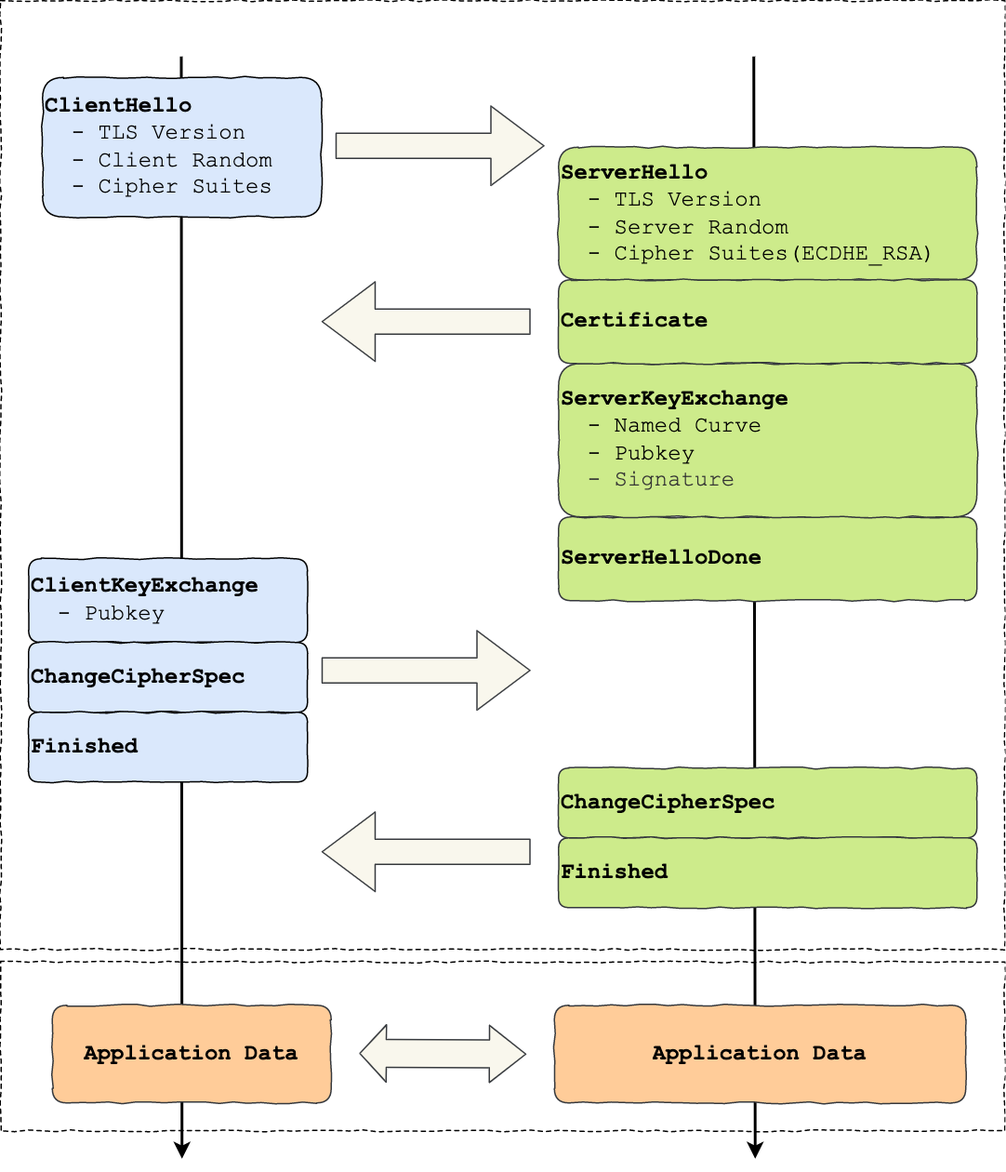
xiaolincoder/ImageHost4 keeps this draw.io diagram as 网络/https/tls握手.drawio.png. Above is the earlier version. Source tidied: cells renumbered, new cells last; positions are measured from the earlier drawing's top-left corner, leaving out a move shared by most shapes. Source of this version:
```xml
<mxGraphModel>
  <root>
    <mxCell id="0" />
    <mxCell id="1" parent="0" />
    <mxCell id="2" style="rounded=0;whiteSpace=wrap;html=1;shadow=0;comic=1;sketch=0;fontFamily=Courier New;fontSize=16;align=left;dashed=1;" parent="1" vertex="1">
      <mxGeometry y="689" width="720" height="121" as="geometry" />
    </mxCell>
    <mxCell id="3" style="rounded=0;whiteSpace=wrap;html=1;shadow=0;comic=1;sketch=0;fontFamily=Courier New;fontSize=16;align=left;dashed=1;" parent="1" vertex="1">
      <mxGeometry width="720" height="680" as="geometry" />
    </mxCell>
    <mxCell id="4" style="endArrow=classic;html=1;fontFamily=Courier New;fontSize=16;fontColor=#000000;strokeWidth=2;" parent="1" edge="1">
      <mxGeometry relative="1" as="geometry">
        <mxPoint x="540" y="40" as="sourcePoint" />
        <mxPoint x="541" y="830" as="targetPoint" />
      </mxGeometry>
    </mxCell>
    <mxCell id="5" style="endArrow=classic;html=1;fontFamily=Courier New;fontSize=16;fontColor=#000000;strokeWidth=2;" parent="1" edge="1">
      <mxGeometry relative="1" as="geometry">
        <mxPoint x="129.5" y="40" as="sourcePoint" />
        <mxPoint x="130" y="830" as="targetPoint" />
      </mxGeometry>
    </mxCell>
    <mxCell id="6" value="&lt;div style=&quot;overflow: auto ; margin-top: 0px ; margin-bottom: 0px ; font-size: 16px&quot; class=&quot;newpage&quot;&gt;&lt;font style=&quot;font-size: 16px&quot;&gt;&lt;b&gt;ClientHello&lt;/b&gt;&lt;/font&gt;&lt;/div&gt;&lt;div style=&quot;overflow: auto ; margin-top: 0px ; margin-bottom: 0px ; font-size: 16px&quot; class=&quot;newpage&quot;&gt;&lt;font&gt;&amp;nbsp; - TLS Version&lt;/font&gt;&lt;/div&gt;&lt;div style=&quot;overflow: auto ; margin-top: 0px ; margin-bottom: 0px ; font-size: 16px&quot; class=&quot;newpage&quot;&gt;&lt;font&gt;&amp;nbsp; - Client Random&lt;/font&gt;&lt;/div&gt;&lt;div style=&quot;overflow: auto ; margin-top: 0px ; margin-bottom: 0px ; font-size: 16px&quot; class=&quot;newpage&quot;&gt;&lt;font&gt;&amp;nbsp; - Cipher Suites&lt;/font&gt;&lt;/div&gt;&lt;div style=&quot;overflow: auto ; margin-top: 0px ; margin-bottom: 0px ; font-size: 16px&quot; class=&quot;newpage&quot;&gt;&lt;font style=&quot;font-size: 16px&quot;&gt;&lt;/font&gt;&lt;/div&gt;" style="rounded=1;whiteSpace=wrap;html=1;sketch=0;shadow=0;comic=1;fontFamily=Courier New;labelBackgroundColor=none;fillColor=#dae8fc;fontSize=16;align=left;" parent="1" vertex="1">
      <mxGeometry x="30" y="55" width="200" height="100" as="geometry" />
    </mxCell>
    <mxCell id="7" value="&lt;div style=&quot;overflow: auto ; margin-top: 0px ; margin-bottom: 0px&quot; class=&quot;newpage&quot;&gt;ServerHelloDone&amp;nbsp;&lt;br&gt;&lt;/div&gt;" style="rounded=1;whiteSpace=wrap;html=1;sketch=0;shadow=0;comic=1;fontFamily=Courier New;labelBackgroundColor=none;fillColor=#cdeb8b;fontSize=16;align=left;fontStyle=1;strokeColor=#36393d;" parent="1" vertex="1">
      <mxGeometry x="400" y="370" width="300" height="60" as="geometry" />
    </mxCell>
    <mxCell id="8" value="&lt;div style=&quot;overflow: auto ; margin-top: 0px ; margin-bottom: 0px ; font-size: 16px&quot; class=&quot;newpage&quot;&gt;&lt;div style=&quot;overflow: auto ; margin-top: 0px ; margin-bottom: 0px&quot; class=&quot;newpage&quot;&gt;Application Data &lt;/div&gt;&lt;/div&gt;" style="rounded=1;whiteSpace=wrap;html=1;sketch=0;shadow=0;comic=1;fontFamily=Courier New;labelBackgroundColor=none;fillColor=#ffcc99;fontSize=16;strokeColor=#36393d;fontStyle=1;" parent="1" vertex="1">
      <mxGeometry x="37" y="720" width="200" height="70" as="geometry" />
    </mxCell>
    <mxCell id="9" value="&lt;div style=&quot;overflow: auto ; margin-top: 0px ; margin-bottom: 0px ; font-size: 16px&quot; class=&quot;newpage&quot;&gt;&lt;div style=&quot;overflow: auto ; margin-top: 0px ; margin-bottom: 0px&quot; class=&quot;newpage&quot;&gt;Application Data &lt;/div&gt;&lt;/div&gt;" style="rounded=1;whiteSpace=wrap;html=1;sketch=0;shadow=0;comic=1;fontFamily=Courier New;labelBackgroundColor=none;fillColor=#ffcc99;fontSize=16;strokeColor=#36393d;fontStyle=1;" parent="1" vertex="1">
      <mxGeometry x="397" y="720" width="295" height="70" as="geometry" />
    </mxCell>
    <mxCell id="10" value="&lt;div style=&quot;overflow: auto ; margin-top: 0px ; margin-bottom: 0px ; font-size: 16px&quot; class=&quot;newpage&quot;&gt;&lt;font style=&quot;font-size: 16px&quot;&gt;&lt;b&gt;ServerHello&lt;/b&gt;&lt;/font&gt;&lt;/div&gt;&lt;div style=&quot;overflow: auto ; margin-top: 0px ; margin-bottom: 0px ; font-size: 16px&quot; class=&quot;newpage&quot;&gt;&amp;nbsp; - TLS Version&lt;/div&gt;&lt;div style=&quot;overflow: auto ; margin-top: 0px ; margin-bottom: 0px ; font-size: 16px&quot; class=&quot;newpage&quot;&gt;&amp;nbsp; - Server Random&lt;/div&gt;&lt;div style=&quot;overflow: auto ; margin-top: 0px ; margin-bottom: 0px ; font-size: 16px&quot; class=&quot;newpage&quot;&gt;&amp;nbsp; - Cipher Suites(ECDHE_RSA)&lt;/div&gt;&lt;div style=&quot;overflow: auto ; margin-top: 0px ; margin-bottom: 0px ; font-size: 16px&quot; class=&quot;newpage&quot;&gt;&lt;font style=&quot;font-size: 16px&quot;&gt;&lt;/font&gt;&lt;/div&gt;" style="rounded=1;whiteSpace=wrap;html=1;sketch=0;shadow=0;comic=1;fontFamily=Courier New;labelBackgroundColor=none;fillColor=#cdeb8b;fontSize=16;align=left;strokeColor=#36393d;" parent="1" vertex="1">
      <mxGeometry x="400" y="105" width="300" height="95" as="geometry" />
    </mxCell>
    <mxCell id="11" value="&lt;div style=&quot;overflow: auto ; margin-top: 0px ; margin-bottom: 0px ; font-size: 16px&quot; class=&quot;newpage&quot;&gt;&lt;b&gt;ServerKeyExchange&lt;/b&gt;&lt;br&gt;&lt;/div&gt;&lt;div style=&quot;overflow: auto ; margin-top: 0px ; margin-bottom: 0px ; font-size: 16px&quot; class=&quot;newpage&quot;&gt;&amp;nbsp; - Named Curve&lt;/div&gt;&lt;div style=&quot;overflow: auto ; margin-top: 0px ; margin-bottom: 0px ; font-size: 16px&quot; class=&quot;newpage&quot;&gt;&amp;nbsp; - Pubkey&lt;/div&gt;&lt;span style=&quot;color: rgb(51 , 51 , 51)&quot;&gt;&amp;nbsp; - Signature&lt;br&gt;&lt;/span&gt;&lt;div style=&quot;overflow: auto ; margin-top: 0px ; margin-bottom: 0px ; font-size: 16px&quot; class=&quot;newpage&quot;&gt;&lt;font style=&quot;font-size: 16px&quot;&gt;&lt;/font&gt;&lt;/div&gt;" style="rounded=1;whiteSpace=wrap;html=1;sketch=0;shadow=0;comic=1;fontFamily=Courier New;labelBackgroundColor=none;fillColor=#cdeb8b;fontSize=16;align=left;strokeColor=#36393d;" parent="1" vertex="1">
      <mxGeometry x="400" y="260" width="300" height="110" as="geometry" />
    </mxCell>
    <mxCell id="12" value="&lt;div style=&quot;overflow: auto ; margin-top: 0px ; margin-bottom: 0px&quot; class=&quot;newpage&quot;&gt;&lt;div style=&quot;overflow: auto ; margin-top: 0px ; margin-bottom: 0px&quot; class=&quot;newpage&quot;&gt;Certificate&lt;/div&gt;&lt;/div&gt;" style="rounded=1;whiteSpace=wrap;html=1;sketch=0;shadow=0;comic=1;fontFamily=Courier New;labelBackgroundColor=none;fillColor=#cdeb8b;fontSize=16;align=left;fontStyle=1;strokeColor=#36393d;" parent="1" vertex="1">
      <mxGeometry x="400" y="200" width="300" height="60" as="geometry" />
    </mxCell>
    <mxCell id="13" value="&lt;div style=&quot;overflow: auto ; margin-top: 0px ; margin-bottom: 0px ; font-size: 16px&quot; class=&quot;newpage&quot;&gt;&lt;b&gt;ClientKeyExchange&lt;/b&gt;&lt;br&gt;&lt;/div&gt;&lt;div style=&quot;overflow: auto ; margin-top: 0px ; margin-bottom: 0px ; font-size: 16px&quot; class=&quot;newpage&quot;&gt;&amp;nbsp; - Pubkey&lt;/div&gt;&lt;div style=&quot;overflow: auto ; margin-top: 0px ; margin-bottom: 0px ; font-size: 16px&quot; class=&quot;newpage&quot;&gt;&lt;font style=&quot;font-size: 16px&quot;&gt;&lt;/font&gt;&lt;/div&gt;" style="rounded=1;whiteSpace=wrap;html=1;sketch=0;shadow=0;comic=1;fontFamily=Courier New;labelBackgroundColor=none;fillColor=#dae8fc;fontSize=16;align=left;" parent="1" vertex="1">
      <mxGeometry x="20" y="400" width="200" height="60" as="geometry" />
    </mxCell>
    <mxCell id="14" value="&lt;div style=&quot;overflow: auto ; margin-top: 0px ; margin-bottom: 0px&quot; class=&quot;newpage&quot;&gt;&lt;div style=&quot;overflow: auto ; margin-top: 0px ; margin-bottom: 0px&quot; class=&quot;newpage&quot;&gt;&lt;div style=&quot;overflow: auto ; margin-top: 0px ; margin-bottom: 0px&quot; class=&quot;newpage&quot;&gt;ChangeCipherSpec&lt;/div&gt;&lt;/div&gt;&lt;/div&gt;" style="rounded=1;whiteSpace=wrap;html=1;sketch=0;shadow=0;comic=1;fontFamily=Courier New;labelBackgroundColor=none;fillColor=#cdeb8b;fontSize=16;align=left;fontStyle=1;strokeColor=#36393d;" parent="1" vertex="1">
      <mxGeometry x="400" y="550" width="300" height="50" as="geometry" />
    </mxCell>
    <mxCell id="15" value="&lt;div style=&quot;overflow: auto ; margin-top: 0px ; margin-bottom: 0px&quot; class=&quot;newpage&quot;&gt;&lt;div style=&quot;overflow: auto ; margin-top: 0px ; margin-bottom: 0px&quot; class=&quot;newpage&quot;&gt;&lt;div style=&quot;overflow: auto ; margin-top: 0px ; margin-bottom: 0px&quot; class=&quot;newpage&quot;&gt;&lt;div style=&quot;overflow: auto ; margin-top: 0px ; margin-bottom: 0px&quot; class=&quot;newpage&quot;&gt;Finished&lt;/div&gt;&lt;/div&gt;&lt;/div&gt;&lt;/div&gt;" style="rounded=1;whiteSpace=wrap;html=1;sketch=0;shadow=0;comic=1;fontFamily=Courier New;labelBackgroundColor=none;fillColor=#cdeb8b;fontSize=16;align=left;fontStyle=1;strokeColor=#36393d;" parent="1" vertex="1">
      <mxGeometry x="400" y="600" width="300" height="50" as="geometry" />
    </mxCell>
    <mxCell id="16" value="&lt;div style=&quot;overflow: auto ; margin-top: 0px ; margin-bottom: 0px&quot; class=&quot;newpage&quot;&gt;&lt;div style=&quot;overflow: auto ; margin-top: 0px ; margin-bottom: 0px&quot; class=&quot;newpage&quot;&gt;&lt;div style=&quot;overflow: auto ; margin-top: 0px ; margin-bottom: 0px&quot; class=&quot;newpage&quot;&gt;ChangeCipherSpec&lt;/div&gt;&lt;/div&gt;&lt;/div&gt;" style="rounded=1;whiteSpace=wrap;html=1;sketch=0;shadow=0;comic=1;fontFamily=Courier New;labelBackgroundColor=none;fillColor=#dae8fc;fontSize=16;align=left;fontStyle=1;" parent="1" vertex="1">
      <mxGeometry x="20" y="460" width="200" height="50" as="geometry" />
    </mxCell>
    <mxCell id="17" value="&lt;div style=&quot;overflow: auto ; margin-top: 0px ; margin-bottom: 0px&quot; class=&quot;newpage&quot;&gt;&lt;div style=&quot;overflow: auto ; margin-top: 0px ; margin-bottom: 0px&quot; class=&quot;newpage&quot;&gt;&lt;div style=&quot;overflow: auto ; margin-top: 0px ; margin-bottom: 0px&quot; class=&quot;newpage&quot;&gt;&lt;div style=&quot;overflow: auto ; margin-top: 0px ; margin-bottom: 0px&quot; class=&quot;newpage&quot;&gt;Finished&lt;/div&gt;&lt;/div&gt;&lt;/div&gt;&lt;/div&gt;" style="rounded=1;whiteSpace=wrap;html=1;sketch=0;shadow=0;comic=1;fontFamily=Courier New;labelBackgroundColor=none;fillColor=#dae8fc;fontSize=16;align=left;fontStyle=1;" parent="1" vertex="1">
      <mxGeometry x="20" y="510" width="200" height="50" as="geometry" />
    </mxCell>
    <mxCell id="18" style="shape=flexArrow;endArrow=classic;html=1;fontFamily=Courier New;fontSize=16;fontColor=#000000;endWidth=38;endSize=12.33;width=18;fillColor=#f9f7ed;strokeColor=#36393d;" parent="1" edge="1">
      <mxGeometry relative="1" as="geometry">
        <mxPoint x="240" y="104" as="sourcePoint" />
        <mxPoint x="390" y="104" as="targetPoint" />
      </mxGeometry>
    </mxCell>
    <mxCell id="19" style="shape=flexArrow;endArrow=classic;html=1;fontFamily=Courier New;fontSize=16;fontColor=#000000;endWidth=38;endSize=12.33;width=18;fillColor=#f9f7ed;strokeColor=#36393d;" parent="1" edge="1">
      <mxGeometry relative="1" as="geometry">
        <mxPoint x="380" y="230" as="sourcePoint" />
        <mxPoint x="230" y="230" as="targetPoint" />
      </mxGeometry>
    </mxCell>
    <mxCell id="20" style="shape=flexArrow;endArrow=classic;html=1;fontFamily=Courier New;fontSize=16;fontColor=#000000;endWidth=38;endSize=12.33;width=18;fillColor=#f9f7ed;strokeColor=#36393d;" parent="1" edge="1">
      <mxGeometry relative="1" as="geometry">
        <mxPoint x="230" y="480" as="sourcePoint" />
        <mxPoint x="380" y="480" as="targetPoint" />
      </mxGeometry>
    </mxCell>
    <mxCell id="21" style="shape=flexArrow;endArrow=classic;html=1;fontFamily=Courier New;fontSize=16;fontColor=#000000;endWidth=38;endSize=12.33;width=18;fillColor=#f9f7ed;strokeColor=#36393d;" parent="1" edge="1">
      <mxGeometry relative="1" as="geometry">
        <mxPoint x="380" y="610" as="sourcePoint" />
        <mxPoint x="230" y="610" as="targetPoint" />
      </mxGeometry>
    </mxCell>
    <mxCell id="22" style="shape=flexArrow;endArrow=classic;startArrow=classic;html=1;fontFamily=Courier New;fontSize=16;fontColor=#000000;width=20;startSize=8.35;fillColor=#f9f7ed;strokeColor=#36393d;" parent="1" edge="1">
      <mxGeometry relative="1" as="geometry">
        <mxPoint x="377" y="755" as="sourcePoint" />
        <mxPoint x="257" y="754.5" as="targetPoint" />
      </mxGeometry>
    </mxCell>
  </root>
</mxGraphModel>
```
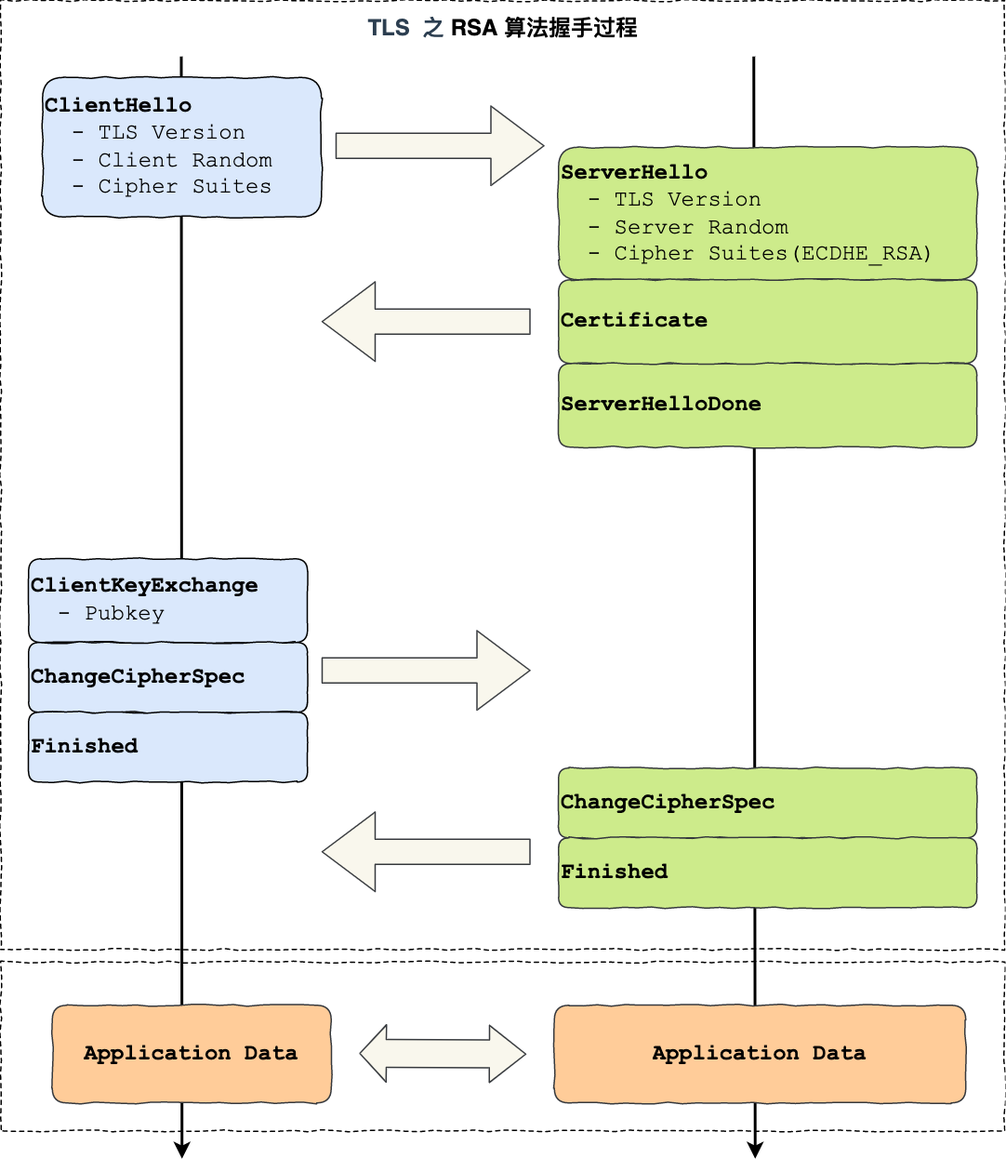
After the change.

Change to the diagram source:
```diff
@@ -24,7 +24,7 @@
       <mxGeometry x="30" y="55" width="200" height="100" as="geometry" />
     </mxCell>
     <mxCell id="7" value="&lt;div style=&quot;overflow: auto ; margin-top: 0px ; margin-bottom: 0px&quot; class=&quot;newpage&quot;&gt;ServerHelloDone&amp;nbsp;&lt;br&gt;&lt;/div&gt;" style="rounded=1;whiteSpace=wrap;html=1;sketch=0;shadow=0;comic=1;fontFamily=Courier New;labelBackgroundColor=none;fillColor=#cdeb8b;fontSize=16;align=left;fontStyle=1;strokeColor=#36393d;" parent="1" vertex="1">
-      <mxGeometry x="400" y="370" width="300" height="60" as="geometry" />
+      <mxGeometry x="400" y="260" width="300" height="60" as="geometry" />
     </mxCell>
     <mxCell id="8" value="&lt;div style=&quot;overflow: auto ; margin-top: 0px ; margin-bottom: 0px ; font-size: 16px&quot; class=&quot;newpage&quot;&gt;&lt;div style=&quot;overflow: auto ; margin-top: 0px ; margin-bottom: 0px&quot; class=&quot;newpage&quot;&gt;Application Data &lt;/div&gt;&lt;/div&gt;" style="rounded=1;whiteSpace=wrap;html=1;sketch=0;shadow=0;comic=1;fontFamily=Courier New;labelBackgroundColor=none;fillColor=#ffcc99;fontSize=16;strokeColor=#36393d;fontStyle=1;" parent="1" vertex="1">
       <mxGeometry x="37" y="720" width="200" height="70" as="geometry" />
@@ -35,9 +35,6 @@
     <mxCell id="10" value="&lt;div style=&quot;overflow: auto ; margin-top: 0px ; margin-bottom: 0px ; font-size: 16px&quot; class=&quot;newpage&quot;&gt;&lt;font style=&quot;font-size: 16px&quot;&gt;&lt;b&gt;ServerHello&lt;/b&gt;&lt;/font&gt;&lt;/div&gt;&lt;div style=&quot;overflow: auto ; margin-top: 0px ; margin-bottom: 0px ; font-size: 16px&quot; class=&quot;newpage&quot;&gt;&amp;nbsp; - TLS Version&lt;/div&gt;&lt;div style=&quot;overflow: auto ; margin-top: 0px ; margin-bottom: 0px ; font-size: 16px&quot; class=&quot;newpage&quot;&gt;&amp;nbsp; - Server Random&lt;/div&gt;&lt;div style=&quot;overflow: auto ; margin-top: 0px ; margin-bottom: 0px ; font-size: 16px&quot; class=&quot;newpage&quot;&gt;&amp;nbsp; - Cipher Suites(ECDHE_RSA)&lt;/div&gt;&lt;div style=&quot;overflow: auto ; margin-top: 0px ; margin-bottom: 0px ; font-size: 16px&quot; class=&quot;newpage&quot;&gt;&lt;font style=&quot;font-size: 16px&quot;&gt;&lt;/font&gt;&lt;/div&gt;" style="rounded=1;whiteSpace=wrap;html=1;sketch=0;shadow=0;comic=1;fontFamily=Courier New;labelBackgroundColor=none;fillColor=#cdeb8b;fontSize=16;align=left;strokeColor=#36393d;" parent="1" vertex="1">
       <mxGeometry x="400" y="105" width="300" height="95" as="geometry" />
     </mxCell>
-    <mxCell id="11" value="&lt;div style=&quot;overflow: auto ; margin-top: 0px ; margin-bottom: 0px ; font-size: 16px&quot; class=&quot;newpage&quot;&gt;&lt;b&gt;ServerKeyExchange&lt;/b&gt;&lt;br&gt;&lt;/div&gt;&lt;div style=&quot;overflow: auto ; margin-top: 0px ; margin-bottom: 0px ; font-size: 16px&quot; class=&quot;newpage&quot;&gt;&amp;nbsp; - Named Curve&lt;/div&gt;&lt;div style=&quot;overflow: auto ; margin-top: 0px ; margin-bottom: 0px ; font-size: 16px&quot; class=&quot;newpage&quot;&gt;&amp;nbsp; - Pubkey&lt;/div&gt;&lt;span style=&quot;color: rgb(51 , 51 , 51)&quot;&gt;&amp;nbsp; - Signature&lt;br&gt;&lt;/span&gt;&lt;div style=&quot;overflow: auto ; margin-top: 0px ; margin-bottom: 0px ; font-size: 16px&quot; class=&quot;newpage&quot;&gt;&lt;font style=&quot;font-size: 16px&quot;&gt;&lt;/font&gt;&lt;/div&gt;" style="rounded=1;whiteSpace=wrap;html=1;sketch=0;shadow=0;comic=1;fontFamily=Courier New;labelBackgroundColor=none;fillColor=#cdeb8b;fontSize=16;align=left;strokeColor=#36393d;" parent="1" vertex="1">
-      <mxGeometry x="400" y="260" width="300" height="110" as="geometry" />
-    </mxCell>
     <mxCell id="12" value="&lt;div style=&quot;overflow: auto ; margin-top: 0px ; margin-bottom: 0px&quot; class=&quot;newpage&quot;&gt;&lt;div style=&quot;overflow: auto ; margin-top: 0px ; margin-bottom: 0px&quot; class=&quot;newpage&quot;&gt;Certificate&lt;/div&gt;&lt;/div&gt;" style="rounded=1;whiteSpace=wrap;html=1;sketch=0;shadow=0;comic=1;fontFamily=Courier New;labelBackgroundColor=none;fillColor=#cdeb8b;fontSize=16;align=left;fontStyle=1;strokeColor=#36393d;" parent="1" vertex="1">
       <mxGeometry x="400" y="200" width="300" height="60" as="geometry" />
     </mxCell>
@@ -86,5 +83,8 @@
         <mxPoint x="257" y="754.5" as="targetPoint" />
       </mxGeometry>
     </mxCell>
+    <mxCell id="23" value="&lt;span style=&quot;color: rgb(44, 62, 80); font-size: 16px; background-color: rgb(255, 255, 255);&quot;&gt;TLS&amp;nbsp; 之&amp;nbsp;&lt;/span&gt;RSA 算法握手过程" style="text;html=1;align=center;verticalAlign=middle;strokeColor=none;fillColor=none;fontSize=16;fontStyle=1;" parent="1" vertex="1">
+      <mxGeometry x="255" y="10" width="210" height="20" as="geometry" />
+    </mxCell>
   </root>
 </mxGraphModel>
```
